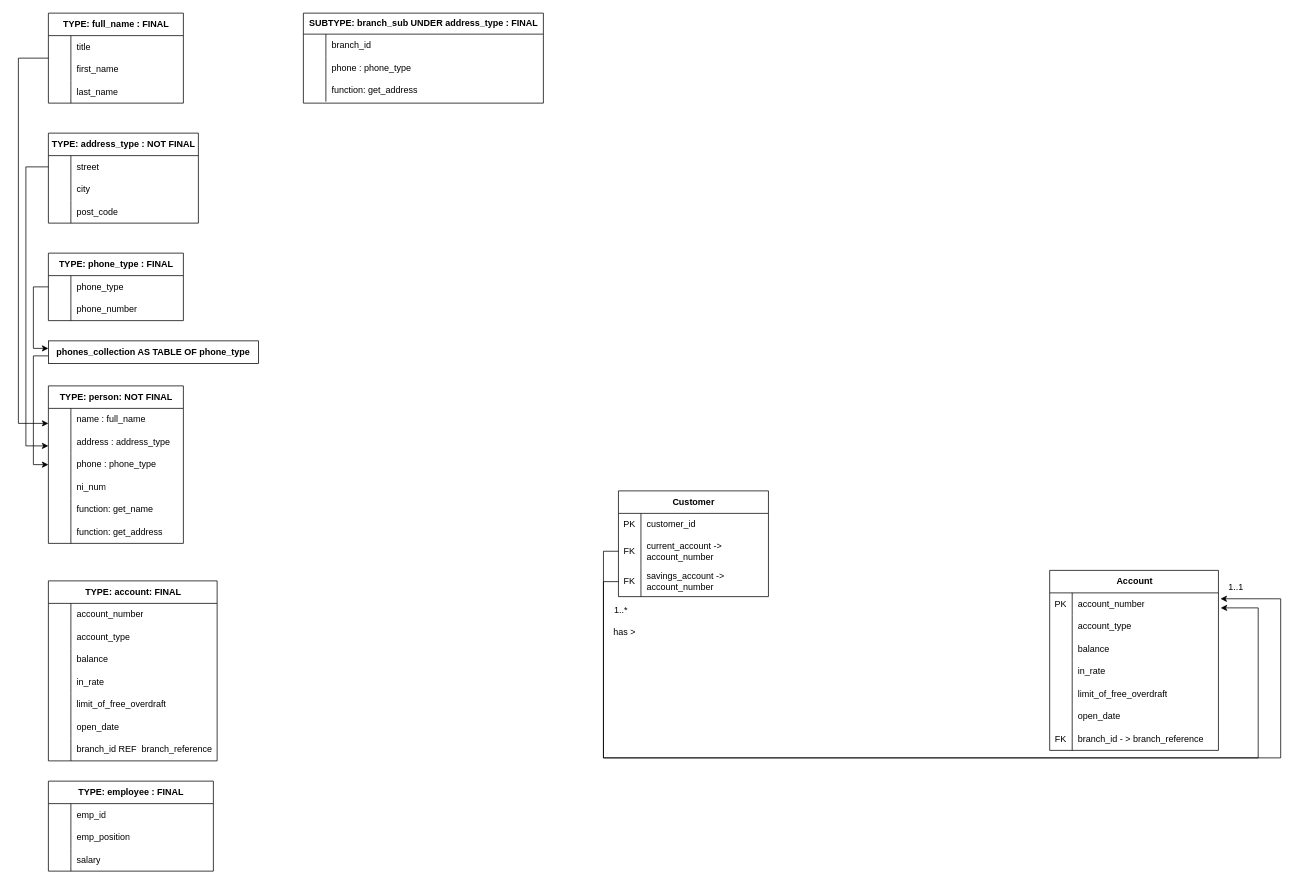
This is ERD_UPDATE.drawio from ervette/systemathic-design, a draw.io file, before an edit. Source tidied: cells renumbered, new cells numbered last; positions are measured from the earlier drawing's top-left corner, leaving out a move shared by most shapes. Both pictures are drawn from the tidied source at 75%, with x=0, y=0 at pixel (18, 13).
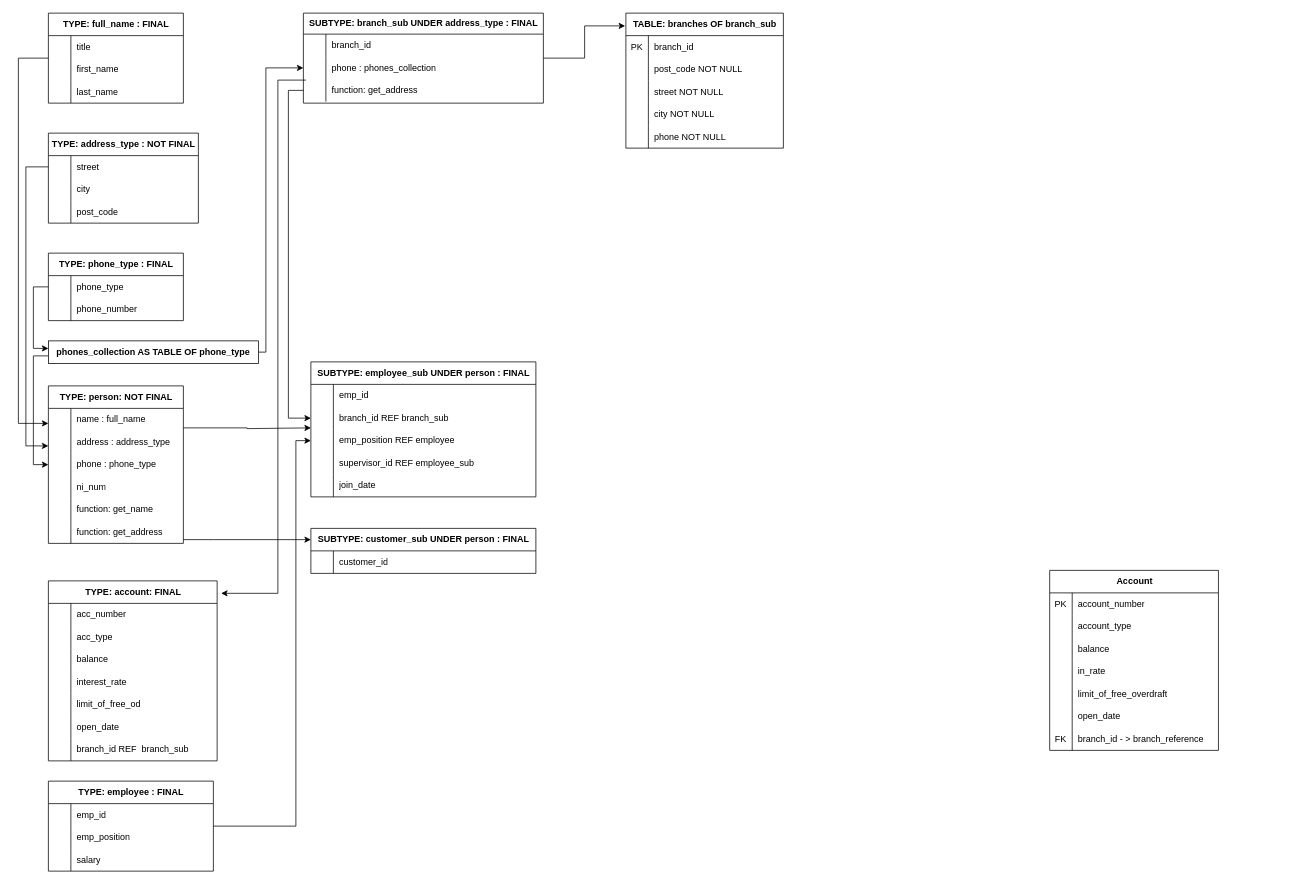
The same diagram, later.

The change refers to these unchanged cells:
```xml
<mxCell id="12" value="TYPE: person: NOT FINAL" style="shape=table;startSize=30;childLayout=tableLayout;rowLines=0;fontStyle=1;align=center;html=1;" parent="1" vertex="1">
  <mxGeometry x="40" y="497" width="180" height="210" as="geometry" />
</mxCell>
<mxCell id="31" value="TYPE: employee : FINAL" style="shape=table;startSize=30;childLayout=tableLayout;rowLines=0;fontStyle=1;align=center;html=1;" parent="1" vertex="1">
  <mxGeometry x="40" y="1024" width="220" height="120" as="geometry" />
</mxCell>
<mxCell id="52" style="shape=tableRow;horizontal=0;startSize=0;swimlaneHead=0;swimlaneBody=0;fillColor=none;points=[[0,0.5],[1,0.5]];portConstraint=eastwest;top=0;left=0;right=0;bottom=0;" parent="51" vertex="1">
  <mxGeometry y="30" width="225" height="30" as="geometry" />
</mxCell>
<mxCell id="73" value="SUBTYPE: branch_sub UNDER address_type : FINAL" style="shape=table;startSize=28;childLayout=tableLayout;rowLines=0;fontStyle=1;align=center;html=1;" parent="1" vertex="1">
  <mxGeometry x="380" width="320" height="120" as="geometry" />
</mxCell>
<mxCell id="77" style="shape=tableRow;horizontal=0;startSize=0;swimlaneHead=0;swimlaneBody=0;fillColor=none;points=[[0,0.5],[1,0.5]];portConstraint=eastwest;top=0;left=0;right=0;bottom=0;" parent="73" vertex="1">
  <mxGeometry y="58" width="320" height="30" as="geometry" />
</mxCell>
<mxCell id="80" style="shape=tableRow;horizontal=0;startSize=0;swimlaneHead=0;swimlaneBody=0;fillColor=none;points=[[0,0.5],[1,0.5]];portConstraint=eastwest;top=0;left=0;right=0;bottom=0;" parent="73" vertex="1">
  <mxGeometry y="88" width="320" height="30" as="geometry" />
</mxCell>
<mxCell id="107" style="shape=tableRow;horizontal=0;startSize=0;swimlaneHead=0;swimlaneBody=0;fillColor=none;top=0;left=0;right=0;bottom=0;" parent="106" vertex="1">
  <mxGeometry y="30" width="225" height="30" as="geometry" />
</mxCell>
<mxCell id="110" style="shape=tableRow;horizontal=0;startSize=0;swimlaneHead=0;swimlaneBody=0;fillColor=none;top=0;left=0;right=0;bottom=0;" parent="106" vertex="1">
  <mxGeometry y="60" width="225" height="30" as="geometry" />
</mxCell>
<mxCell id="116" style="shape=tableRow;horizontal=0;startSize=0;swimlaneHead=0;swimlaneBody=0;fillColor=none;top=0;left=0;right=0;bottom=0;" parent="106" vertex="1">
  <mxGeometry y="120" width="225" height="30" as="geometry" />
</mxCell>
<mxCell id="119" style="shape=tableRow;horizontal=0;startSize=0;swimlaneHead=0;swimlaneBody=0;fillColor=none;top=0;left=0;right=0;bottom=0;" parent="106" vertex="1">
  <mxGeometry y="150" width="225" height="30" as="geometry" />
</mxCell>
<mxCell id="125" style="shape=tableRow;horizontal=0;startSize=0;swimlaneHead=0;swimlaneBody=0;fillColor=none;top=0;left=0;right=0;bottom=0;" parent="106" vertex="1">
  <mxGeometry y="210" width="225" height="30" as="geometry" />
</mxCell>
<mxCell id="131" value="&lt;b&gt;phones_collection AS TABLE OF phone_type&lt;/b&gt;" style="rounded=0;whiteSpace=wrap;html=1;" parent="1" vertex="1">
  <mxGeometry x="40" y="437" width="280" height="30" as="geometry" />
</mxCell>
```

Change to the diagram source:
```diff
@@
+    <mxCell id="132" style="edgeStyle=orthogonalEdgeStyle;rounded=0;jettySize=auto;html=1;entryX=0;entryY=0.5;entryDx=0;entryDy=0;" parent="1" edge="1" source="31" target="142">
+      <mxGeometry relative="1" as="geometry">
+        <Array as="points">
+          <mxPoint x="370" y="1084" />
+          <mxPoint x="370" y="570" />
+        </Array>
+      </mxGeometry>
+    </mxCell>
@@
-    <mxCell id="41" value="Customer" style="shape=table;startSize=30;childLayout=tableLayout;rowLines=0;fontStyle=1;align=center;html=1;" parent="1" vertex="1">
-      <mxGeometry x="800.1" y="637" width="200" height="141" as="geometry" />
+    <mxCell id="41" value="SUBTYPE: customer_sub UNDER person : FINAL" style="shape=table;startSize=30;childLayout=tableLayout;rowLines=0;fontStyle=1;align=center;html=1;" parent="1" vertex="1">
+      <mxGeometry x="390" y="687" width="300" height="60" as="geometry" />
     </mxCell>
     <mxCell id="42" style="shape=tableRow;horizontal=0;startSize=0;swimlaneHead=0;swimlaneBody=0;fillColor=none;top=0;left=0;right=0;bottom=0;" parent="41" vertex="1">
-      <mxGeometry y="30" width="200" height="30" as="geometry" />
+      <mxGeometry y="30" width="300" height="30" as="geometry" />
     </mxCell>
-    <mxCell id="43" value="PK" style="shape=partialRectangle;fillColor=none;top=0;left=0;bottom=0;right=0;overflow=hidden;whiteSpace=wrap;html=1;" parent="42" vertex="1">
+    <mxCell id="43" style="shape=partialRectangle;fillColor=none;top=0;left=0;bottom=0;right=0;overflow=hidden;whiteSpace=wrap;html=1;" parent="42" vertex="1">
       <mxGeometry width="30" height="30" as="geometry" />
     </mxCell>
     <mxCell id="44" value="customer_id" style="shape=partialRectangle;fillColor=none;top=0;left=0;bottom=0;right=0;align=left;spacingLeft=6;overflow=hidden;whiteSpace=wrap;html=1;" parent="42" vertex="1">
-      <mxGeometry x="30" width="170" height="30" as="geometry" />
+      <mxGeometry x="30" width="270" height="30" as="geometry" />
     </mxCell>
-    <mxCell id="45" style="shape=tableRow;horizontal=0;startSize=0;swimlaneHead=0;swimlaneBody=0;fillColor=none;points=[[0,0.5],[1,0.5]];portConstraint=eastwest;top=0;left=0;right=0;bottom=0;" parent="41" vertex="1">
-      <mxGeometry y="60" width="200" height="41" as="geometry" />
-    </mxCell>
-    <mxCell id="46" value="FK" style="shape=partialRectangle;fillColor=none;top=0;left=0;bottom=0;right=0;overflow=hidden;whiteSpace=wrap;html=1;" parent="45" vertex="1">
-      <mxGeometry width="30" height="41" as="geometry" />
-    </mxCell>
-    <mxCell id="47" value="current_account -&amp;gt; account_number" style="shape=partialRectangle;fillColor=none;top=0;left=0;bottom=0;right=0;align=left;spacingLeft=6;overflow=hidden;whiteSpace=wrap;html=1;" parent="45" vertex="1">
-      <mxGeometry x="30" width="170" height="41" as="geometry" />
-    </mxCell>
-    <mxCell id="48" style="shape=tableRow;horizontal=0;startSize=0;swimlaneHead=0;swimlaneBody=0;fillColor=none;points=[[0,0.5],[1,0.5]];portConstraint=eastwest;top=0;left=0;right=0;bottom=0;" parent="41" vertex="1">
-      <mxGeometry y="101" width="200" height="40" as="geometry" />
-    </mxCell>
-    <mxCell id="49" value="FK" style="shape=partialRectangle;fillColor=none;top=0;left=0;bottom=0;right=0;overflow=hidden;whiteSpace=wrap;html=1;" parent="48" vertex="1">
-      <mxGeometry width="30" height="40" as="geometry" />
-    </mxCell>
-    <mxCell id="50" value="savings_account -&amp;gt; account_number" style="shape=partialRectangle;fillColor=none;top=0;left=0;bottom=0;right=0;align=left;spacingLeft=6;overflow=hidden;whiteSpace=wrap;html=1;" parent="48" vertex="1">
-      <mxGeometry x="30" width="170" height="40" as="geometry" />
-    </mxCell>
@@
+    <mxCell id="133" style="edgeStyle=orthogonalEdgeStyle;rounded=0;jettySize=auto;html=1;exitX=0;exitY=0.5;exitDx=0;exitDy=0;entryX=0;entryY=0.5;entryDx=0;entryDy=0;" parent="1" edge="1" source="80" target="139">
+      <mxGeometry relative="1" as="geometry" />
+    </mxCell>
@@
-    <mxCell id="79" value="phone : phone_type" style="shape=partialRectangle;fillColor=none;top=0;left=0;bottom=0;right=0;align=left;spacingLeft=6;overflow=hidden;whiteSpace=wrap;html=1;" parent="77" vertex="1">
+    <mxCell id="79" value="phone : phones_collection" style="shape=partialRectangle;fillColor=none;top=0;left=0;bottom=0;right=0;align=left;spacingLeft=6;overflow=hidden;whiteSpace=wrap;html=1;" parent="77" vertex="1">
       <mxGeometry x="30" width="290" height="30" as="geometry" />
     </mxCell>
@@
-    <mxCell id="83" style="edgeStyle=orthogonalEdgeStyle;rounded=0;jettySize=auto;html=1;" parent="1" edge="1" source="45">
-      <mxGeometry relative="1" as="geometry">
-        <mxPoint x="1603.1" y="793" as="targetPoint" />
-        <Array as="points">
-          <mxPoint x="780.1" y="717" />
-          <mxPoint x="780.1" y="993" />
-          <mxPoint x="1653.1" y="993" />
-          <mxPoint x="1653.1" y="793" />
-          <mxPoint x="1603.1" y="793" />
-        </Array>
-      </mxGeometry>
-    </mxCell>
-    <mxCell id="84" style="edgeStyle=orthogonalEdgeStyle;rounded=0;jettySize=auto;html=1;entryX=1.012;entryY=0.262;entryDx=0;entryDy=0;entryPerimeter=0;" parent="1" edge="1" source="48" target="52">
-      <mxGeometry relative="1" as="geometry">
-        <Array as="points">
-          <mxPoint x="780.1" y="758" />
-          <mxPoint x="780.1" y="993" />
-          <mxPoint x="1683.1" y="993" />
-          <mxPoint x="1683.1" y="781" />
-        </Array>
-      </mxGeometry>
-    </mxCell>
-    <mxCell id="85" value="1..*" style="text;html=1;align=center;verticalAlign=middle;strokeColor=none;fillColor=none;" parent="1" vertex="1">
-      <mxGeometry x="783.1" y="781" width="40" height="30" as="geometry" />
-    </mxCell>
-    <mxCell id="86" value="has &amp;gt;" style="text;html=1;align=center;verticalAlign=middle;strokeColor=none;fillColor=none;" parent="1" vertex="1">
-      <mxGeometry x="783.1" y="811" width="50" height="30" as="geometry" />
-    </mxCell>
-    <mxCell id="87" value="1..1" style="text;html=1;align=center;verticalAlign=middle;strokeColor=none;fillColor=none;" parent="1" vertex="1">
-      <mxGeometry x="1603.1" y="751" width="40" height="30" as="geometry" />
-    </mxCell>
@@
-    <mxCell id="109" value="account_number" style="shape=partialRectangle;fillColor=none;top=0;left=0;bottom=0;right=0;align=left;spacingLeft=6;overflow=hidden;whiteSpace=wrap;html=1;" parent="107" vertex="1">
+    <mxCell id="109" value="acc_number" style="shape=partialRectangle;fillColor=none;top=0;left=0;bottom=0;right=0;align=left;spacingLeft=6;overflow=hidden;whiteSpace=wrap;html=1;" parent="107" vertex="1">
       <mxGeometry x="30" width="195" height="30" as="geometry" />
     </mxCell>
@@
-    <mxCell id="112" value="account_type" style="shape=partialRectangle;fillColor=none;top=0;left=0;bottom=0;right=0;align=left;spacingLeft=6;overflow=hidden;whiteSpace=wrap;html=1;" parent="110" vertex="1">
+    <mxCell id="112" value="acc_type" style="shape=partialRectangle;fillColor=none;top=0;left=0;bottom=0;right=0;align=left;spacingLeft=6;overflow=hidden;whiteSpace=wrap;html=1;" parent="110" vertex="1">
       <mxGeometry x="30" width="195" height="30" as="geometry" />
     </mxCell>
@@
-    <mxCell id="118" value="in_rate" style="shape=partialRectangle;fillColor=none;top=0;left=0;bottom=0;right=0;align=left;spacingLeft=6;overflow=hidden;whiteSpace=wrap;html=1;" parent="116" vertex="1">
+    <mxCell id="118" value="interest_rate" style="shape=partialRectangle;fillColor=none;top=0;left=0;bottom=0;right=0;align=left;spacingLeft=6;overflow=hidden;whiteSpace=wrap;html=1;" parent="116" vertex="1">
       <mxGeometry x="30" width="195" height="30" as="geometry" />
     </mxCell>
@@
-    <mxCell id="121" value="limit_of_free_overdraft" style="shape=partialRectangle;fillColor=none;top=0;left=0;bottom=0;right=0;align=left;spacingLeft=6;overflow=hidden;whiteSpace=wrap;html=1;" parent="119" vertex="1">
+    <mxCell id="121" value="limit_of_free_od" style="shape=partialRectangle;fillColor=none;top=0;left=0;bottom=0;right=0;align=left;spacingLeft=6;overflow=hidden;whiteSpace=wrap;html=1;" parent="119" vertex="1">
       <mxGeometry x="30" width="195" height="30" as="geometry" />
     </mxCell>
@@
-    <mxCell id="127" value="branch_id REF &amp;nbsp;branch_reference" style="shape=partialRectangle;fillColor=none;top=0;left=0;bottom=0;right=0;align=left;spacingLeft=6;overflow=hidden;whiteSpace=wrap;html=1;" parent="125" vertex="1">
+    <mxCell id="127" value="branch_id REF &amp;nbsp;branch_sub" style="shape=partialRectangle;fillColor=none;top=0;left=0;bottom=0;right=0;align=left;spacingLeft=6;overflow=hidden;whiteSpace=wrap;html=1;" parent="125" vertex="1">
       <mxGeometry x="30" width="195" height="30" as="geometry" />
     </mxCell>
@@
+    <mxCell id="134" style="edgeStyle=orthogonalEdgeStyle;rounded=0;jettySize=auto;html=1;entryX=0;entryY=0.5;entryDx=0;entryDy=0;" parent="1" edge="1" source="131" target="77">
+      <mxGeometry relative="1" as="geometry">
+        <Array as="points">
+          <mxPoint x="330" y="452" />
+          <mxPoint x="330" y="73" />
+        </Array>
+      </mxGeometry>
+    </mxCell>
@@
+    <mxCell id="135" value="SUBTYPE: employee_sub UNDER person : FINAL" style="shape=table;startSize=30;childLayout=tableLayout;rowLines=0;fontStyle=1;align=center;html=1;" parent="1" vertex="1">
+      <mxGeometry x="390" y="465" width="300" height="180" as="geometry" />
+    </mxCell>
+    <mxCell id="136" style="shape=tableRow;horizontal=0;startSize=0;swimlaneHead=0;swimlaneBody=0;fillColor=none;top=0;left=0;right=0;bottom=0;" parent="135" vertex="1">
+      <mxGeometry y="30" width="300" height="30" as="geometry" />
+    </mxCell>
+    <mxCell id="137" style="shape=partialRectangle;fillColor=none;top=0;left=0;bottom=0;right=0;overflow=hidden;whiteSpace=wrap;html=1;" parent="136" vertex="1">
+      <mxGeometry width="30" height="30" as="geometry" />
+    </mxCell>
+    <mxCell id="138" value="emp_id" style="shape=partialRectangle;fillColor=none;top=0;left=0;bottom=0;right=0;align=left;spacingLeft=6;overflow=hidden;whiteSpace=wrap;html=1;" parent="136" vertex="1">
+      <mxGeometry x="30" width="270" height="30" as="geometry" />
+    </mxCell>
+    <mxCell id="139" style="shape=tableRow;horizontal=0;startSize=0;swimlaneHead=0;swimlaneBody=0;fillColor=none;points=[[0,0.5],[1,0.5]];portConstraint=eastwest;top=0;left=0;right=0;bottom=0;" parent="135" vertex="1">
+      <mxGeometry y="60" width="300" height="30" as="geometry" />
+    </mxCell>
+    <mxCell id="140" style="shape=partialRectangle;fillColor=none;top=0;left=0;bottom=0;right=0;overflow=hidden;whiteSpace=wrap;html=1;" parent="139" vertex="1">
+      <mxGeometry width="30" height="30" as="geometry" />
+    </mxCell>
+    <mxCell id="141" value="branch_id REF branch_sub" style="shape=partialRectangle;fillColor=none;top=0;left=0;bottom=0;right=0;align=left;spacingLeft=6;overflow=hidden;whiteSpace=wrap;html=1;" parent="139" vertex="1">
+      <mxGeometry x="30" width="270" height="30" as="geometry" />
+    </mxCell>
+    <mxCell id="142" style="shape=tableRow;horizontal=0;startSize=0;swimlaneHead=0;swimlaneBody=0;fillColor=none;points=[[0,0.5],[1,0.5]];portConstraint=eastwest;top=0;left=0;right=0;bottom=0;" parent="135" vertex="1">
+      <mxGeometry y="90" width="300" height="30" as="geometry" />
+    </mxCell>
+    <mxCell id="143" style="shape=partialRectangle;fillColor=none;top=0;left=0;bottom=0;right=0;overflow=hidden;whiteSpace=wrap;html=1;" parent="142" vertex="1">
+      <mxGeometry width="30" height="30" as="geometry" />
+    </mxCell>
+    <mxCell id="144" value="emp_position REF employee" style="shape=partialRectangle;fillColor=none;top=0;left=0;bottom=0;right=0;align=left;spacingLeft=6;overflow=hidden;whiteSpace=wrap;html=1;" parent="142" vertex="1">
+      <mxGeometry x="30" width="270" height="30" as="geometry" />
+    </mxCell>
+    <mxCell id="145" style="shape=tableRow;horizontal=0;startSize=0;swimlaneHead=0;swimlaneBody=0;fillColor=none;top=0;left=0;right=0;bottom=0;" parent="135" vertex="1">
+      <mxGeometry y="120" width="300" height="30" as="geometry" />
+    </mxCell>
+    <mxCell id="146" style="shape=partialRectangle;fillColor=none;top=0;left=0;bottom=0;right=0;overflow=hidden;whiteSpace=wrap;html=1;" parent="145" vertex="1">
+      <mxGeometry width="30" height="30" as="geometry" />
+    </mxCell>
+    <mxCell id="147" value="supervisor_id REF employee_sub" style="shape=partialRectangle;fillColor=none;top=0;left=0;bottom=0;right=0;align=left;spacingLeft=6;overflow=hidden;whiteSpace=wrap;html=1;" parent="145" vertex="1">
+      <mxGeometry x="30" width="270" height="30" as="geometry" />
+    </mxCell>
+    <mxCell id="148" style="shape=tableRow;horizontal=0;startSize=0;swimlaneHead=0;swimlaneBody=0;fillColor=none;top=0;left=0;right=0;bottom=0;" parent="135" vertex="1">
+      <mxGeometry y="150" width="300" height="30" as="geometry" />
+    </mxCell>
+    <mxCell id="149" style="shape=partialRectangle;fillColor=none;top=0;left=0;bottom=0;right=0;overflow=hidden;whiteSpace=wrap;html=1;" parent="148" vertex="1">
+      <mxGeometry width="30" height="30" as="geometry" />
+    </mxCell>
+    <mxCell id="150" value="join_date" style="shape=partialRectangle;fillColor=none;top=0;left=0;bottom=0;right=0;align=left;spacingLeft=6;overflow=hidden;whiteSpace=wrap;html=1;" parent="148" vertex="1">
+      <mxGeometry x="30" width="270" height="30" as="geometry" />
+    </mxCell>
+    <mxCell id="151" style="edgeStyle=orthogonalEdgeStyle;rounded=0;jettySize=auto;html=1;" parent="1" edge="1" source="12">
+      <mxGeometry relative="1" as="geometry">
+        <mxPoint x="390" y="553" as="targetPoint" />
+        <Array as="points">
+          <mxPoint x="305" y="553" />
+          <mxPoint x="390" y="554" />
+        </Array>
+      </mxGeometry>
+    </mxCell>
+    <mxCell id="152" style="edgeStyle=orthogonalEdgeStyle;rounded=0;jettySize=auto;html=1;entryX=0;entryY=0.25;entryDx=0;entryDy=0;" parent="1" edge="1" source="12" target="41">
+      <mxGeometry relative="1" as="geometry">
+        <Array as="points">
+          <mxPoint x="260" y="702" />
+          <mxPoint x="260" y="702" />
+        </Array>
+      </mxGeometry>
+    </mxCell>
+    <mxCell id="153" style="edgeStyle=orthogonalEdgeStyle;rounded=0;orthogonalLoop=1;jettySize=auto;html=1;entryX=0.997;entryY=0.069;entryDx=0;entryDy=0;entryPerimeter=0;exitX=-0.008;exitY=0.042;exitDx=0;exitDy=0;exitPerimeter=0;" parent="1" edge="1">
+      <mxGeometry relative="1" as="geometry">
+        <mxPoint x="383.4" y="89.3" as="sourcePoint" />
+        <mxPoint x="270.3" y="773.6" as="targetPoint" />
+        <Array as="points">
+          <mxPoint x="346" y="89" />
+          <mxPoint x="346" y="774" />
+        </Array>
+      </mxGeometry>
+    </mxCell>
+    <mxCell id="154" value="TABLE: branches OF branch_sub" style="shape=table;startSize=30;childLayout=tableLayout;rowLines=0;fontStyle=1;align=center;html=1;" parent="1" vertex="1">
+      <mxGeometry x="810" width="210" height="180" as="geometry" />
+    </mxCell>
+    <mxCell id="155" style="shape=tableRow;horizontal=0;startSize=0;swimlaneHead=0;swimlaneBody=0;fillColor=none;top=0;left=0;right=0;bottom=0;" parent="154" vertex="1">
+      <mxGeometry y="30" width="210" height="30" as="geometry" />
+    </mxCell>
+    <mxCell id="156" value="PK" style="shape=partialRectangle;fillColor=none;top=0;left=0;bottom=0;right=0;overflow=hidden;whiteSpace=wrap;html=1;" parent="155" vertex="1">
+      <mxGeometry width="30" height="30" as="geometry" />
+    </mxCell>
+    <mxCell id="157" value="branch_id" style="shape=partialRectangle;fillColor=none;top=0;left=0;bottom=0;right=0;align=left;spacingLeft=6;overflow=hidden;whiteSpace=wrap;html=1;" parent="155" vertex="1">
+      <mxGeometry x="30" width="180" height="30" as="geometry" />
+    </mxCell>
+    <mxCell id="158" style="shape=tableRow;horizontal=0;startSize=0;swimlaneHead=0;swimlaneBody=0;fillColor=none;top=0;left=0;right=0;bottom=0;" parent="154" vertex="1">
+      <mxGeometry y="60" width="210" height="30" as="geometry" />
+    </mxCell>
+    <mxCell id="159" style="shape=partialRectangle;fillColor=none;top=0;left=0;bottom=0;right=0;overflow=hidden;whiteSpace=wrap;html=1;" parent="158" vertex="1">
+      <mxGeometry width="30" height="30" as="geometry" />
+    </mxCell>
+    <mxCell id="160" value="post_code NOT NULL" style="shape=partialRectangle;fillColor=none;top=0;left=0;bottom=0;right=0;align=left;spacingLeft=6;overflow=hidden;whiteSpace=wrap;html=1;" parent="158" vertex="1">
+      <mxGeometry x="30" width="180" height="30" as="geometry" />
+    </mxCell>
+    <mxCell id="161" style="shape=tableRow;horizontal=0;startSize=0;swimlaneHead=0;swimlaneBody=0;fillColor=none;top=0;left=0;right=0;bottom=0;" parent="154" vertex="1">
+      <mxGeometry y="90" width="210" height="30" as="geometry" />
+    </mxCell>
+    <mxCell id="162" style="shape=partialRectangle;fillColor=none;top=0;left=0;bottom=0;right=0;overflow=hidden;whiteSpace=wrap;html=1;" parent="161" vertex="1">
+      <mxGeometry width="30" height="30" as="geometry" />
+    </mxCell>
+    <mxCell id="163" value="street NOT NULL" style="shape=partialRectangle;fillColor=none;top=0;left=0;bottom=0;right=0;align=left;spacingLeft=6;overflow=hidden;whiteSpace=wrap;html=1;" parent="161" vertex="1">
+      <mxGeometry x="30" width="180" height="30" as="geometry" />
+    </mxCell>
+    <mxCell id="164" style="shape=tableRow;horizontal=0;startSize=0;swimlaneHead=0;swimlaneBody=0;fillColor=none;top=0;left=0;right=0;bottom=0;" parent="154" vertex="1">
+      <mxGeometry y="120" width="210" height="30" as="geometry" />
+    </mxCell>
+    <mxCell id="165" style="shape=partialRectangle;fillColor=none;top=0;left=0;bottom=0;right=0;overflow=hidden;whiteSpace=wrap;html=1;" parent="164" vertex="1">
+      <mxGeometry width="30" height="30" as="geometry" />
+    </mxCell>
+    <mxCell id="166" value="city NOT NULL" style="shape=partialRectangle;fillColor=none;top=0;left=0;bottom=0;right=0;align=left;spacingLeft=6;overflow=hidden;whiteSpace=wrap;html=1;" parent="164" vertex="1">
+      <mxGeometry x="30" width="180" height="30" as="geometry" />
+    </mxCell>
+    <mxCell id="167" style="shape=tableRow;horizontal=0;startSize=0;swimlaneHead=0;swimlaneBody=0;fillColor=none;top=0;left=0;right=0;bottom=0;" parent="154" vertex="1">
+      <mxGeometry y="150" width="210" height="30" as="geometry" />
+    </mxCell>
+    <mxCell id="168" style="shape=partialRectangle;fillColor=none;top=0;left=0;bottom=0;right=0;overflow=hidden;whiteSpace=wrap;html=1;" parent="167" vertex="1">
+      <mxGeometry width="30" height="30" as="geometry" />
+    </mxCell>
+    <mxCell id="169" value="phone NOT NULL" style="shape=partialRectangle;fillColor=none;top=0;left=0;bottom=0;right=0;align=left;spacingLeft=6;overflow=hidden;whiteSpace=wrap;html=1;" parent="167" vertex="1">
+      <mxGeometry x="30" width="180" height="30" as="geometry" />
+    </mxCell>
+    <mxCell id="170" style="edgeStyle=orthogonalEdgeStyle;rounded=0;jettySize=auto;html=1;" parent="1" edge="1" source="73">
+      <mxGeometry relative="1" as="geometry">
+        <mxPoint x="809" y="17" as="targetPoint" />
+        <Array as="points">
+          <mxPoint x="755" y="60" />
+          <mxPoint x="755" y="17" />
+          <mxPoint x="809" y="17" />
+        </Array>
+      </mxGeometry>
+    </mxCell>
```
